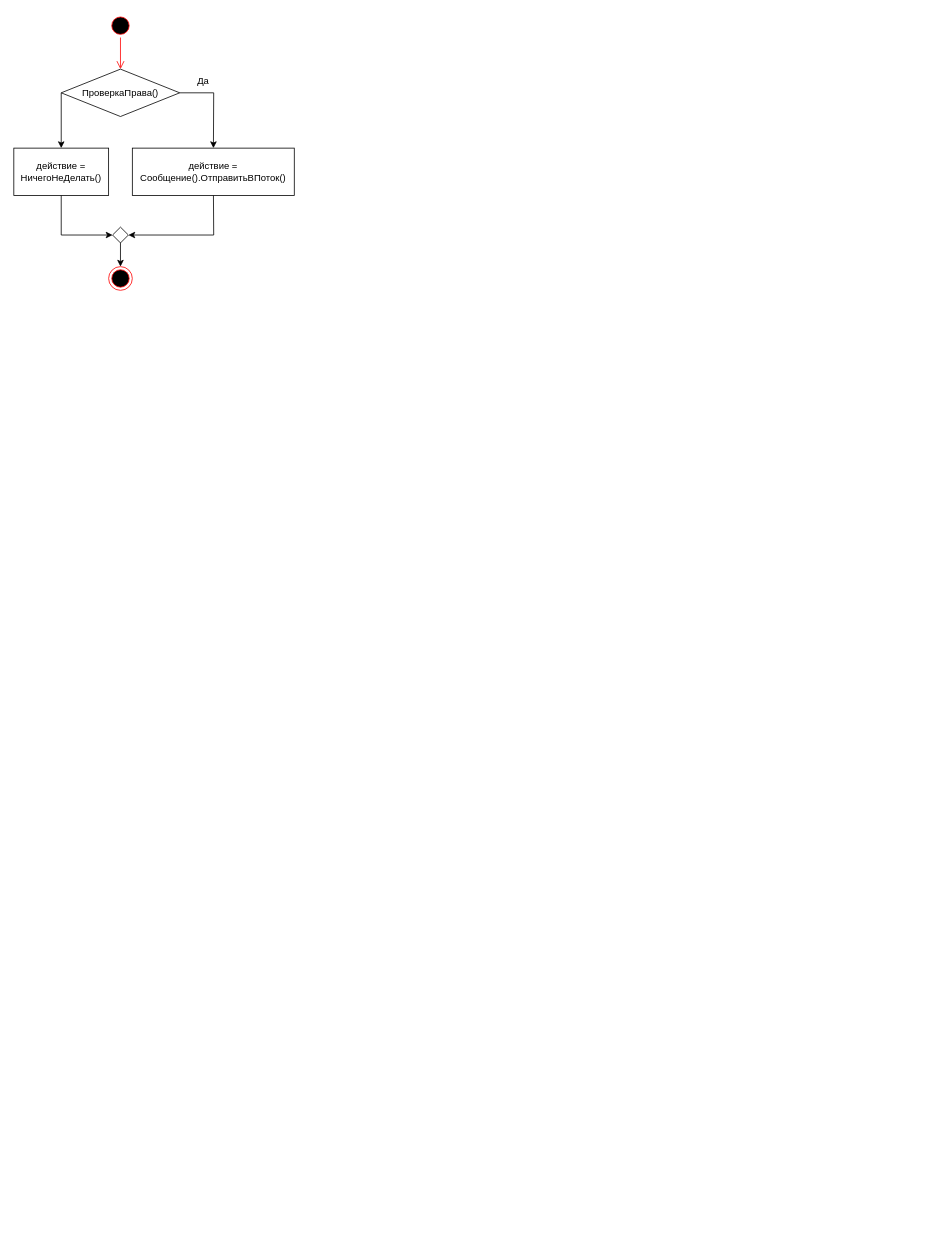
This is ТОАУ/ЛР2/5 1.drawio from eldarian-1/pstu, a draw.io file, before an edit. Source tidied: cells renumbered, new cells numbered last; positions are measured from the earlier drawing's top-left corner, leaving out a move shared by most shapes. Both pictures are drawn from the tidied source at 79%, with x=0, y=0 at pixel (13, 13).
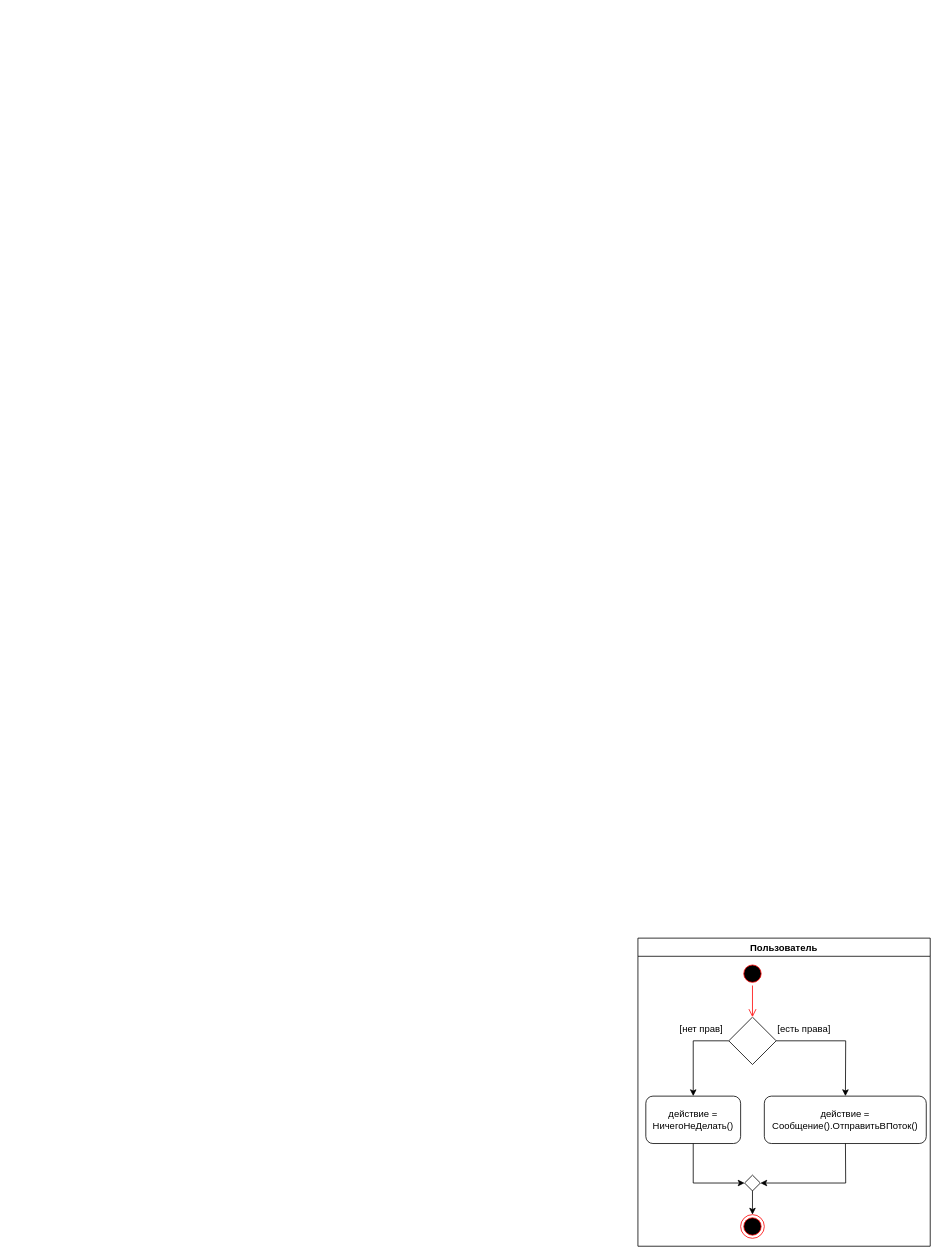
The same page after the edit.

Diff of the diagram source:
```diff
@@
-    <mxCell id="2" style="ellipse;html=1;shape=startState;fillColor=#000000;strokeColor=#ff0000;" parent="1" vertex="1">
-      <mxGeometry x="120" width="30" height="30" as="geometry" />
-    </mxCell>
-    <mxCell id="3" style="edgeStyle=orthogonalEdgeStyle;html=1;verticalAlign=bottom;endArrow=open;endSize=8;strokeColor=#ff0000;rounded=0;" parent="1" edge="1" source="2" target="7">
-      <mxGeometry relative="1" as="geometry" />
-    </mxCell>
+    <mxCell id="15" value="Пользователь" style="swimlane;" parent="1" vertex="1">
+      <mxGeometry x="790" y="1170" width="370" height="390" as="geometry" />
+    </mxCell>
+    <mxCell id="16" style="ellipse;html=1;shape=startState;fillColor=#000000;strokeColor=#ff0000;" parent="15" vertex="1">
+      <mxGeometry x="130" y="30" width="30" height="30" as="geometry" />
+    </mxCell>
+    <mxCell id="17" style="edgeStyle=orthogonalEdgeStyle;html=1;verticalAlign=bottom;endArrow=open;endSize=8;strokeColor=#ff0000;rounded=0;" parent="15" edge="1" source="16" target="20">
+      <mxGeometry relative="1" as="geometry" />
+    </mxCell>
-    <mxCell id="4" value="действие = Сообщение().ОтправитьВПоток()" style="rounded=0;whiteSpace=wrap;html=1;" parent="1" vertex="1">
-      <mxGeometry x="150" y="170" width="205" height="60" as="geometry" />
+    <mxCell id="4" value="действие = Сообщение().ОтправитьВПоток()" style="rounded=1;whiteSpace=wrap;html=1;" parent="15" vertex="1">
+      <mxGeometry x="160" y="200" width="205" height="60" as="geometry" />
     </mxCell>
-    <mxCell id="5" style="ellipse;html=1;shape=endState;fillColor=#000000;strokeColor=#ff0000;" parent="1" vertex="1">
-      <mxGeometry x="120" y="320" width="30" height="30" as="geometry" />
-    </mxCell>
-    <mxCell id="6" style="endArrow=classic;html=1;rounded=0;entryX=1;entryY=0.5;entryDx=0;entryDy=0;" parent="1" edge="1" source="4" target="12">
-      <mxGeometry relative="1" as="geometry">
-        <Array as="points">
-          <mxPoint x="253" y="280" />
-        </Array>
-      </mxGeometry>
-    </mxCell>
-    <mxCell id="7" value="ПроверкаПрава()" style="rhombus;whiteSpace=wrap;html=1;" parent="1" vertex="1">
-      <mxGeometry x="60" y="70" width="150" height="60" as="geometry" />
-    </mxCell>
-    <mxCell id="8" style="endArrow=classic;html=1;rounded=0;exitX=1;exitY=0.5;exitDx=0;exitDy=0;" parent="1" edge="1" source="7" target="4">
-      <mxGeometry relative="1" as="geometry">
-        <Array as="points">
-          <mxPoint x="253" y="100" />
-        </Array>
-      </mxGeometry>
-    </mxCell>
+    <mxCell id="18" style="ellipse;html=1;shape=endState;fillColor=#000000;strokeColor=#ff0000;" parent="15" vertex="1">
+      <mxGeometry x="130" y="350" width="30" height="30" as="geometry" />
+    </mxCell>
+    <mxCell id="19" style="endArrow=classic;html=1;rounded=0;entryX=1;entryY=0.5;entryDx=0;entryDy=0;" parent="15" edge="1" source="4" target="23">
+      <mxGeometry relative="1" as="geometry">
+        <Array as="points">
+          <mxPoint x="263" y="310" />
+        </Array>
+      </mxGeometry>
+    </mxCell>
+    <mxCell id="20" style="rhombus;whiteSpace=wrap;html=1;" parent="15" vertex="1">
+      <mxGeometry x="115" y="100" width="60" height="60" as="geometry" />
+    </mxCell>
+    <mxCell id="21" style="endArrow=classic;html=1;rounded=0;exitX=1;exitY=0.5;exitDx=0;exitDy=0;" parent="15" edge="1" source="20" target="4">
+      <mxGeometry relative="1" as="geometry">
+        <Array as="points">
+          <mxPoint x="263" y="130" />
+        </Array>
+      </mxGeometry>
+    </mxCell>
-    <mxCell id="9" value="действие = НичегоНеДелать()" style="rounded=0;whiteSpace=wrap;html=1;" parent="1" vertex="1">
-      <mxGeometry y="170" width="120" height="60" as="geometry" />
+    <mxCell id="9" value="действие = НичегоНеДелать()" style="rounded=1;whiteSpace=wrap;html=1;" parent="15" vertex="1">
+      <mxGeometry x="10" y="200" width="120" height="60" as="geometry" />
     </mxCell>
-    <mxCell id="10" style="endArrow=classic;html=1;rounded=0;exitX=0;exitY=0.5;exitDx=0;exitDy=0;" parent="1" edge="1" source="7" target="9">
-      <mxGeometry relative="1" as="geometry" />
-    </mxCell>
-    <mxCell id="11" value="Да" style="text;html=1;strokeColor=none;fillColor=none;align=center;verticalAlign=middle;whiteSpace=wrap;rounded=0;" parent="1" vertex="1">
-      <mxGeometry x="210" y="70" width="60" height="30" as="geometry" />
-    </mxCell>
-    <mxCell id="12" style="rhombus;whiteSpace=wrap;html=1;" parent="1" vertex="1">
-      <mxGeometry x="125" y="270" width="20" height="20" as="geometry" />
-    </mxCell>
-    <mxCell id="13" style="endArrow=classic;html=1;rounded=0;entryX=0;entryY=0.5;entryDx=0;entryDy=0;" parent="1" edge="1" source="9" target="12">
-      <mxGeometry relative="1" as="geometry">
-        <Array as="points">
-          <mxPoint x="60" y="280" />
-        </Array>
-      </mxGeometry>
-    </mxCell>
-    <mxCell id="14" style="endArrow=classic;html=1;rounded=0;exitX=0.5;exitY=1;exitDx=0;exitDy=0;" parent="1" edge="1" source="12" target="5">
-      <mxGeometry relative="1" as="geometry" />
-    </mxCell>
+    <mxCell id="22" style="endArrow=classic;html=1;rounded=0;exitX=0;exitY=0.5;exitDx=0;exitDy=0;" parent="15" edge="1" source="20" target="9">
+      <mxGeometry relative="1" as="geometry">
+        <Array as="points">
+          <mxPoint x="70" y="130" />
+        </Array>
+      </mxGeometry>
+    </mxCell>
+    <mxCell id="23" style="rhombus;whiteSpace=wrap;html=1;" parent="15" vertex="1">
+      <mxGeometry x="135" y="300" width="20" height="20" as="geometry" />
+    </mxCell>
+    <mxCell id="24" style="endArrow=classic;html=1;rounded=0;entryX=0;entryY=0.5;entryDx=0;entryDy=0;" parent="15" edge="1" source="9" target="23">
+      <mxGeometry relative="1" as="geometry">
+        <Array as="points">
+          <mxPoint x="70" y="310" />
+        </Array>
+      </mxGeometry>
+    </mxCell>
+    <mxCell id="25" style="endArrow=classic;html=1;rounded=0;exitX=0.5;exitY=1;exitDx=0;exitDy=0;" parent="15" edge="1" source="23" target="18">
+      <mxGeometry relative="1" as="geometry" />
+    </mxCell>
+    <mxCell id="26" value="[нет прав]" style="text;html=1;align=center;verticalAlign=middle;strokeColor=none;fillColor=none;" parent="15" vertex="1">
+      <mxGeometry x="45" y="105" width="70" height="20" as="geometry" />
+    </mxCell>
+    <mxCell id="27" value="[есть права]" style="text;html=1;align=center;verticalAlign=middle;strokeColor=none;fillColor=none;" parent="15" vertex="1">
+      <mxGeometry x="170" y="105" width="80" height="20" as="geometry" />
+    </mxCell>
```
